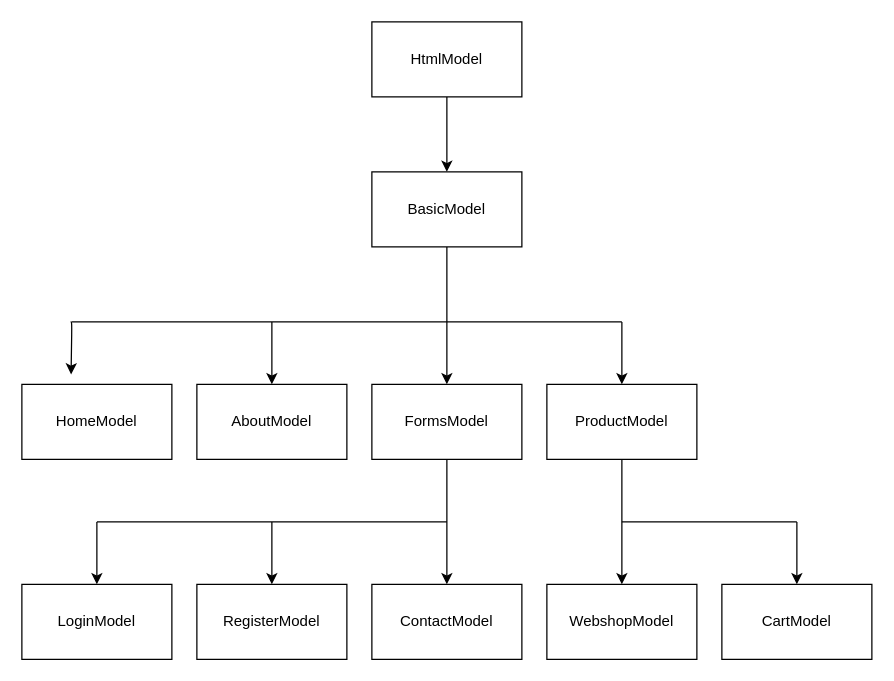
Above: Diagrams/CID #5.drawio in TobzT/educom-webshop-oop (draw.io), before the change. Source tidied: cells renumbered, new cells numbered last; positions are measured from the earlier drawing's top-left corner, leaving out a move shared by most shapes. Both pictures are drawn from the tidied source at 125%, with x=0, y=0 at pixel (21, 21).
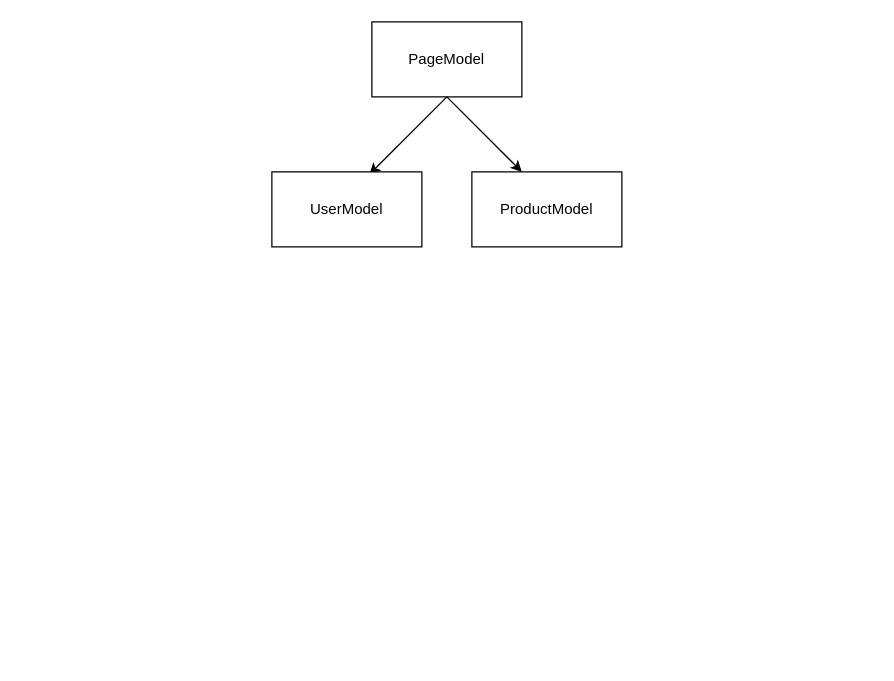
Above is the later version.

Change to the diagram source:
```diff
@@
-    <mxCell id="2" value="HtmlModel" style="rounded=0;whiteSpace=wrap;html=1;" parent="1" vertex="1">
+    <mxCell id="2" value="PageModel" style="rounded=0;whiteSpace=wrap;html=1;" parent="1" vertex="1">
       <mxGeometry x="280" width="120" height="60" as="geometry" />
     </mxCell>
-    <mxCell id="3" style="endArrow=classic;html=1;exitX=0.5;exitY=1;exitDx=0;exitDy=0;" parent="1" edge="1" source="2" target="4">
+    <mxCell id="3" style="endArrow=classic;html=1;exitX=0.5;exitY=1;exitDx=0;exitDy=0;entryX=0.65;entryY=0.033;entryDx=0;entryDy=0;entryPerimeter=0;" parent="1" edge="1" source="2" target="28">
       <mxGeometry relative="1" as="geometry" />
     </mxCell>
-    <mxCell id="4" value="BasicModel" style="rounded=0;whiteSpace=wrap;html=1;" parent="1" vertex="1">
-      <mxGeometry x="280" y="120" width="120" height="60" as="geometry" />
-    </mxCell>
-    <mxCell id="5" style="endArrow=none;html=1;entryX=0.5;entryY=1;entryDx=0;entryDy=0;" parent="1" edge="1" target="4">
-      <mxGeometry relative="1" as="geometry">
-        <mxPoint x="340" y="240" as="sourcePoint" />
-      </mxGeometry>
-    </mxCell>
-    <mxCell id="6" style="endArrow=none;html=1;" parent="1" edge="1">
-      <mxGeometry relative="1" as="geometry">
-        <mxPoint x="40" y="240" as="sourcePoint" />
-        <mxPoint x="480" y="240" as="targetPoint" />
-      </mxGeometry>
-    </mxCell>
-    <mxCell id="7" style="endArrow=classic;html=1;entryX=0.328;entryY=-0.133;entryDx=0;entryDy=0;entryPerimeter=0;" parent="1" edge="1" target="8">
-      <mxGeometry relative="1" as="geometry">
-        <mxPoint x="39" y="240" as="sourcePoint" />
-        <Array as="points">
-          <mxPoint x="40" y="240" />
-        </Array>
-      </mxGeometry>
-    </mxCell>
-    <mxCell id="8" value="HomeModel" style="rounded=0;whiteSpace=wrap;html=1;" parent="1" vertex="1">
-      <mxGeometry y="290" width="120" height="60" as="geometry" />
-    </mxCell>
-    <mxCell id="9" style="endArrow=classic;html=1;" parent="1" edge="1" target="10">
-      <mxGeometry relative="1" as="geometry">
-        <mxPoint x="200" y="240" as="sourcePoint" />
-      </mxGeometry>
-    </mxCell>
-    <mxCell id="10" value="AboutModel" style="rounded=0;whiteSpace=wrap;html=1;" parent="1" vertex="1">
-      <mxGeometry x="140" y="290" width="120" height="60" as="geometry" />
-    </mxCell>
-    <mxCell id="11" style="endArrow=classic;html=1;" parent="1" edge="1" target="12">
-      <mxGeometry relative="1" as="geometry">
-        <mxPoint x="340" y="240" as="sourcePoint" />
-      </mxGeometry>
-    </mxCell>
-    <mxCell id="12" value="FormsModel" style="rounded=0;whiteSpace=wrap;html=1;" parent="1" vertex="1">
-      <mxGeometry x="280" y="290" width="120" height="60" as="geometry" />
-    </mxCell>
-    <mxCell id="13" style="endArrow=classic;html=1;" parent="1" edge="1" target="14">
-      <mxGeometry relative="1" as="geometry">
-        <mxPoint x="480" y="240" as="sourcePoint" />
-      </mxGeometry>
-    </mxCell>
+    <mxCell id="28" value="UserModel" style="rounded=0;whiteSpace=wrap;html=1;" parent="1" vertex="1">
+      <mxGeometry x="200" y="120" width="120" height="60" as="geometry" />
+    </mxCell>
     <mxCell id="14" value="ProductModel" style="rounded=0;whiteSpace=wrap;html=1;" parent="1" vertex="1">
-      <mxGeometry x="420" y="290" width="120" height="60" as="geometry" />
+      <mxGeometry x="360" y="120" width="120" height="60" as="geometry" />
     </mxCell>
-    <mxCell id="15" style="endArrow=none;html=1;exitX=0.5;exitY=1;exitDx=0;exitDy=0;" parent="1" edge="1" source="12">
-      <mxGeometry relative="1" as="geometry">
-        <mxPoint x="340" y="400" as="targetPoint" />
-      </mxGeometry>
-    </mxCell>
-    <mxCell id="16" style="endArrow=none;html=1;" parent="1" edge="1">
-      <mxGeometry relative="1" as="geometry">
-        <mxPoint x="60" y="400" as="sourcePoint" />
-        <mxPoint x="340" y="400" as="targetPoint" />
-      </mxGeometry>
-    </mxCell>
-    <mxCell id="17" style="endArrow=classic;html=1;entryX=0.5;entryY=0;entryDx=0;entryDy=0;" parent="1" edge="1" target="18">
-      <mxGeometry relative="1" as="geometry">
-        <mxPoint x="200" y="400" as="sourcePoint" />
-      </mxGeometry>
-    </mxCell>
-    <mxCell id="18" value="RegisterModel" style="rounded=0;whiteSpace=wrap;html=1;" parent="1" vertex="1">
-      <mxGeometry x="140" y="450" width="120" height="60" as="geometry" />
-    </mxCell>
-    <mxCell id="19" style="endArrow=classic;html=1;" parent="1" edge="1" target="20">
-      <mxGeometry relative="1" as="geometry">
-        <mxPoint x="340" y="400" as="sourcePoint" />
-      </mxGeometry>
-    </mxCell>
-    <mxCell id="20" value="ContactModel" style="rounded=0;whiteSpace=wrap;html=1;" parent="1" vertex="1">
-      <mxGeometry x="280" y="450" width="120" height="60" as="geometry" />
-    </mxCell>
-    <mxCell id="21" style="endArrow=classic;html=1;" parent="1" edge="1" target="22">
-      <mxGeometry relative="1" as="geometry">
-        <mxPoint x="60" y="400" as="sourcePoint" />
-      </mxGeometry>
-    </mxCell>
-    <mxCell id="22" value="LoginModel" style="rounded=0;whiteSpace=wrap;html=1;" parent="1" vertex="1">
-      <mxGeometry y="450" width="120" height="60" as="geometry" />
-    </mxCell>
-    <mxCell id="23" style="endArrow=none;html=1;entryX=0.5;entryY=1;entryDx=0;entryDy=0;" parent="1" edge="1" target="14">
-      <mxGeometry relative="1" as="geometry">
-        <mxPoint x="480" y="400" as="sourcePoint" />
-      </mxGeometry>
-    </mxCell>
-    <mxCell id="24" style="endArrow=none;html=1;" parent="1" edge="1">
-      <mxGeometry relative="1" as="geometry">
-        <mxPoint x="620" y="400" as="sourcePoint" />
-        <mxPoint x="480" y="400" as="targetPoint" />
-      </mxGeometry>
-    </mxCell>
-    <mxCell id="25" style="endArrow=classic;html=1;" parent="1" edge="1" target="26">
-      <mxGeometry relative="1" as="geometry">
-        <mxPoint x="480" y="400" as="sourcePoint" />
-      </mxGeometry>
-    </mxCell>
-    <mxCell id="26" value="WebshopModel" style="rounded=0;whiteSpace=wrap;html=1;" parent="1" vertex="1">
-      <mxGeometry x="420" y="450" width="120" height="60" as="geometry" />
-    </mxCell>
-    <mxCell id="27" style="endArrow=classic;html=1;" parent="1" edge="1" target="28">
-      <mxGeometry relative="1" as="geometry">
-        <mxPoint x="620" y="400" as="sourcePoint" />
-      </mxGeometry>
-    </mxCell>
-    <mxCell id="28" value="CartModel" style="rounded=0;whiteSpace=wrap;html=1;" parent="1" vertex="1">
-      <mxGeometry x="560" y="450" width="120" height="60" as="geometry" />
-    </mxCell>
+    <mxCell id="29" style="endArrow=classic;html=1;" parent="1" edge="1">
+      <mxGeometry relative="1" as="geometry">
+        <mxPoint x="340" y="60" as="sourcePoint" />
+        <mxPoint x="400" y="120" as="targetPoint" />
+      </mxGeometry>
+    </mxCell>
```
